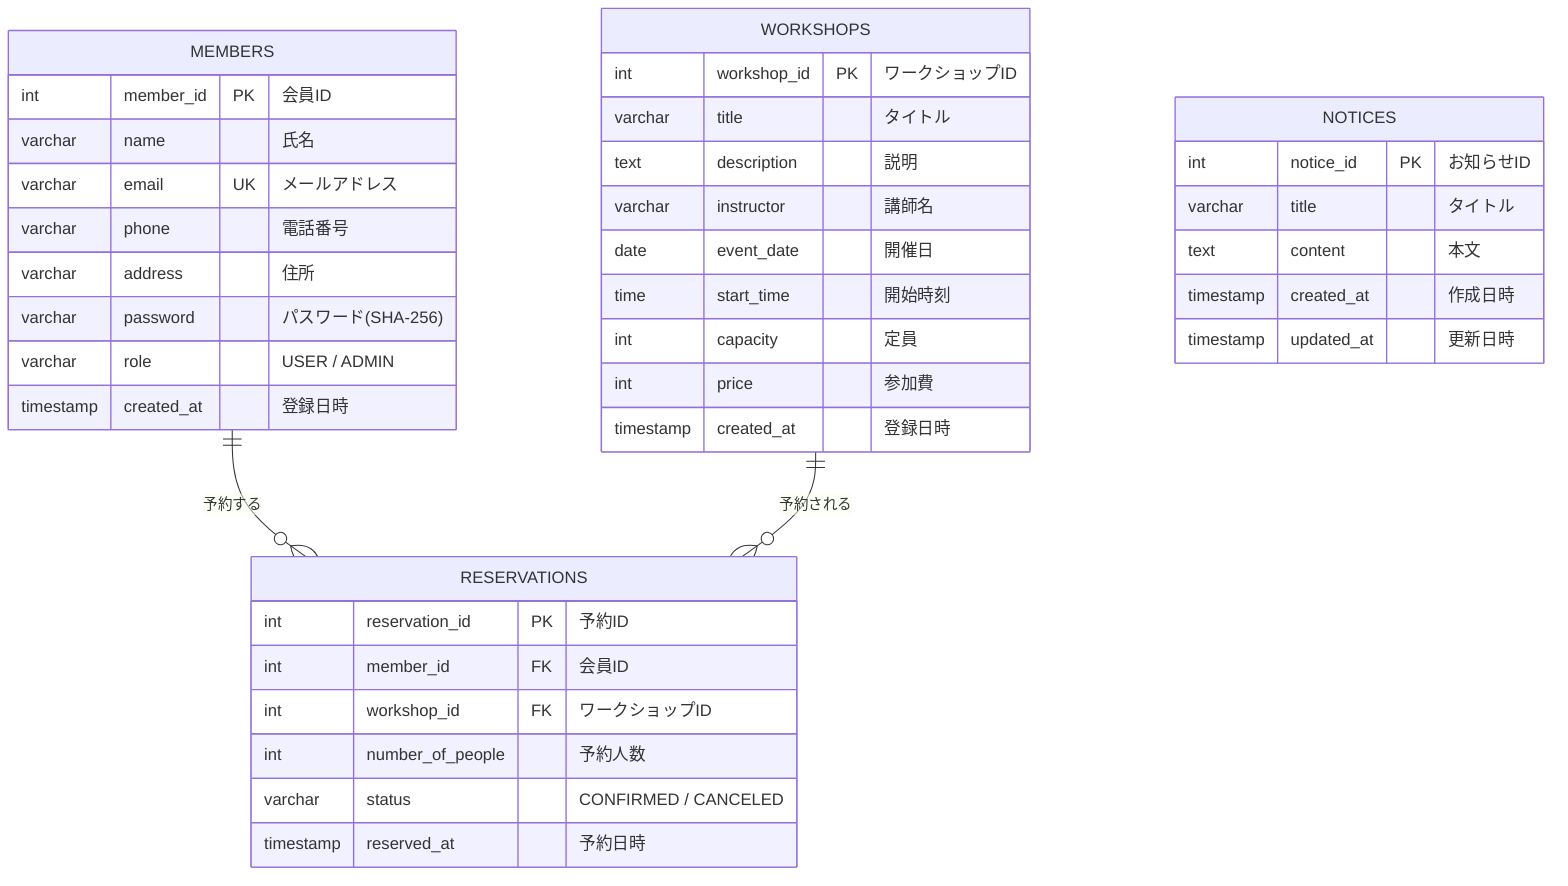
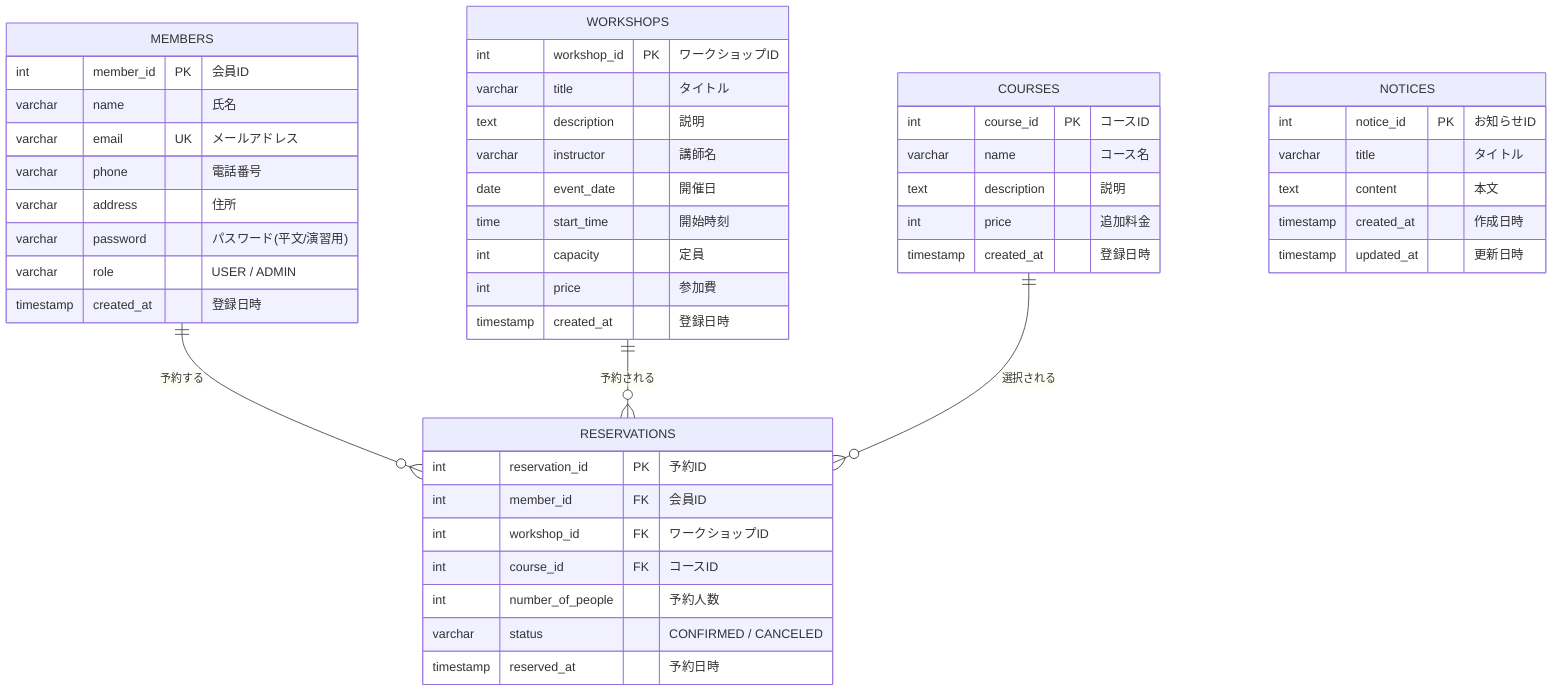
erDiagram
    MEMBERS ||--o{ RESERVATIONS : "予約する"
    WORKSHOPS ||--o{ RESERVATIONS : "予約される"
+     COURSES ||--o{ RESERVATIONS : "選択される"
    MEMBERS {
        int member_id PK "会員ID"
        varchar name "氏名"
        varchar email UK "メールアドレス"
        varchar phone "電話番号"
        varchar address "住所"
-         varchar password "パスワード(SHA-256)"
+         varchar password "パスワード(平文/演習用)"
        varchar role "USER / ADMIN"
        timestamp created_at "登録日時"
    }
    WORKSHOPS {
        int workshop_id PK "ワークショップID"
        varchar title "タイトル"
        text description "説明"
        varchar instructor "講師名"
        date event_date "開催日"
        time start_time "開始時刻"
        int capacity "定員"
        int price "参加費"
        timestamp created_at "登録日時"
    }
+     COURSES {
+         int course_id PK "コースID"
+         varchar name "コース名"
+         text description "説明"
+         int price "追加料金"
+         timestamp created_at "登録日時"
+     }
    RESERVATIONS {
        int reservation_id PK "予約ID"
        int member_id FK "会員ID"
        int workshop_id FK "ワークショップID"
+         int course_id FK "コースID"
        int number_of_people "予約人数"
        varchar status "CONFIRMED / CANCELED"
        timestamp reserved_at "予約日時"
    }
    NOTICES {
        int notice_id PK "お知らせID"
        varchar title "タイトル"
        text content "本文"
        timestamp created_at "作成日時"
        timestamp updated_at "更新日時"
    }
